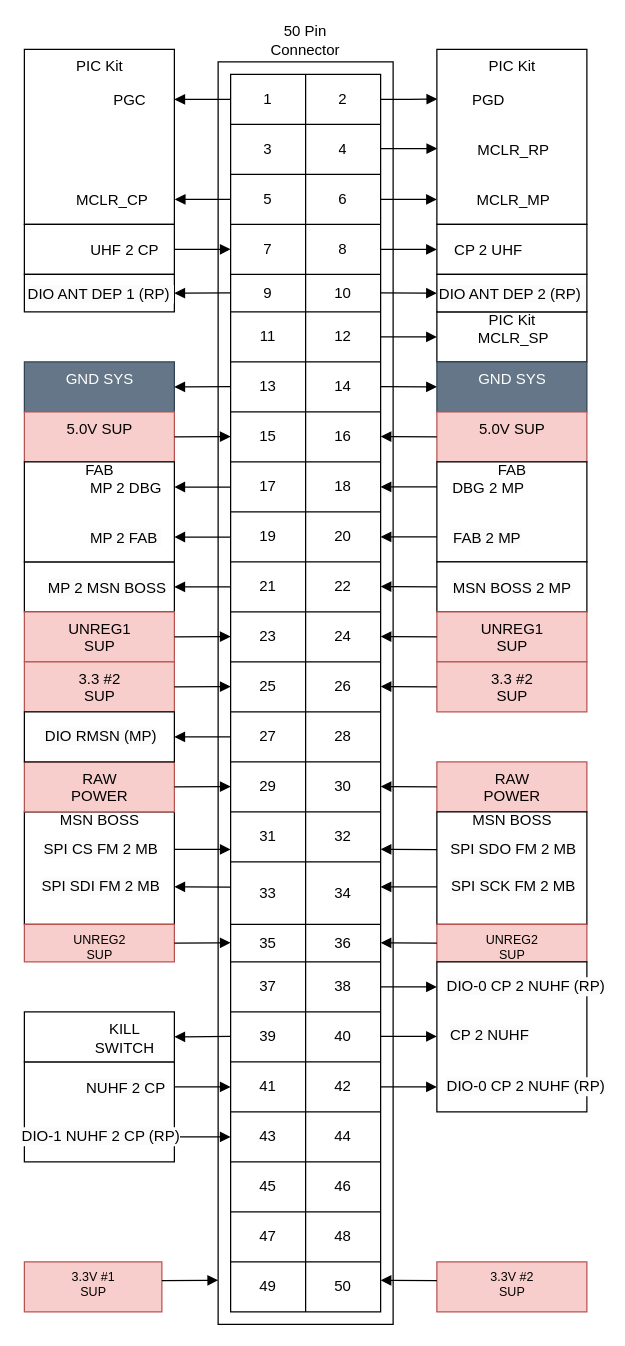
Earlier version of the draw.io diagram page "2-ROW-50-PIN-ASSIGNMENT" (1 of 2) of Diagrams/50_pin_assignment.drawio (BIRDSOpenSource/BIRDSRP-OBC). Source tidied: cells renumbered, new cells numbered last; positions are measured from the earlier drawing's top-left corner, leaving out a move shared by most shapes. Both pictures are drawn from the tidied source at 125%, with x=0, y=0 at pixel (24, 49).
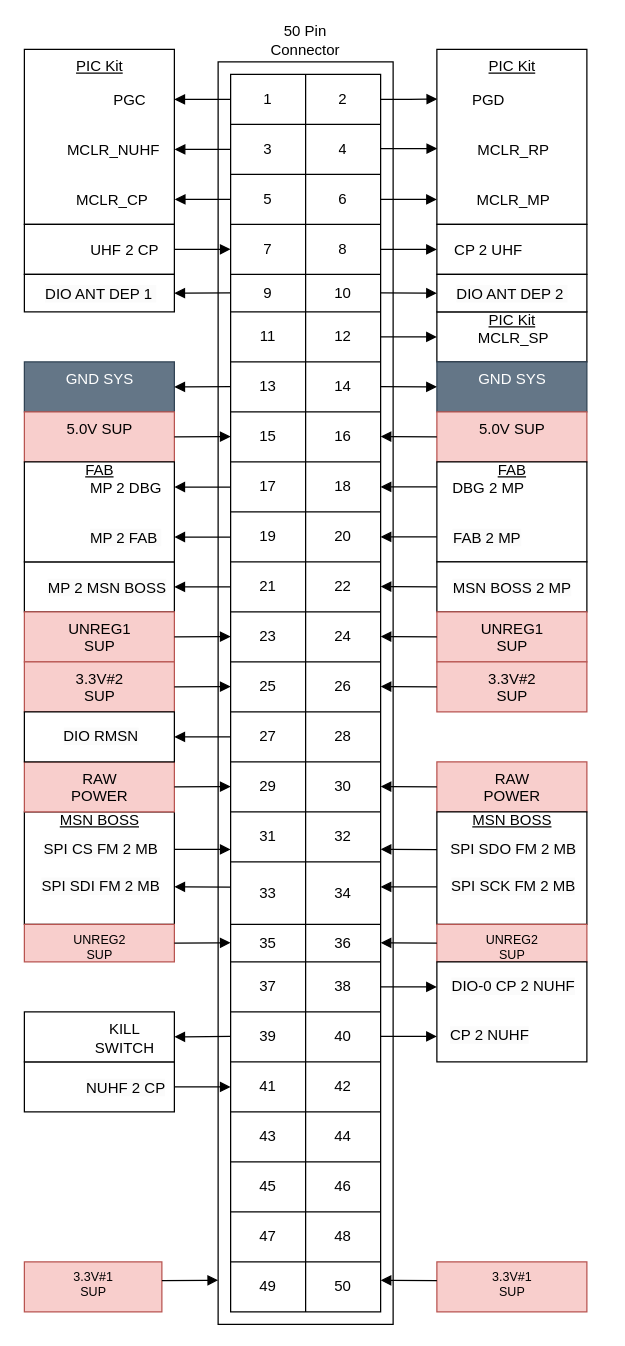
After the change.

The change refers to these unchanged cells:
```xml
<mxCell id="13" style="shape=tableRow;horizontal=0;startSize=0;swimlaneHead=0;swimlaneBody=0;strokeColor=inherit;top=0;left=0;bottom=0;right=0;fillColor=none;points=[[0,0.5],[1,0.5]];portConstraint=eastwest;" parent="9" vertex="1">
  <mxGeometry y="40" width="120" height="40" as="geometry" />
</mxCell>
<mxCell id="139" style="html=1;verticalAlign=bottom;endArrow=block;edgeStyle=elbowEdgeStyle;elbow=vertical;curved=0;rounded=0;exitX=-0.003;exitY=0.101;exitDx=0;exitDy=0;exitPerimeter=0;entryX=1.003;entryY=0.856;entryDx=0;entryDy=0;entryPerimeter=0;" parent="1" edge="1">
  <mxGeometry relative="1" as="geometry">
    <mxPoint x="165" y="194.8" as="sourcePoint" />
    <mxPoint x="120" y="194.8" as="targetPoint" />
  </mxGeometry>
</mxCell>
<mxCell id="141" style="html=1;verticalAlign=bottom;endArrow=block;edgeStyle=elbowEdgeStyle;elbow=vertical;curved=0;rounded=0;exitX=0;exitY=0.5;exitDx=0;exitDy=0;" parent="1" edge="1">
  <mxGeometry relative="1" as="geometry">
    <mxPoint x="285" y="194.8" as="sourcePoint" />
    <mxPoint x="330" y="194.8" as="targetPoint" />
  </mxGeometry>
</mxCell>
<mxCell id="159" style="html=1;verticalAlign=bottom;endArrow=block;edgeStyle=elbowEdgeStyle;elbow=vertical;curved=0;rounded=0;exitX=-0.003;exitY=0.101;exitDx=0;exitDy=0;exitPerimeter=0;entryX=1.003;entryY=0.856;entryDx=0;entryDy=0;entryPerimeter=0;startArrow=none;startFill=0;endFill=1;" parent="1" edge="1">
  <mxGeometry relative="1" as="geometry">
    <mxPoint x="165" y="549.9" as="sourcePoint" />
    <mxPoint x="120" y="549.9" as="targetPoint" />
  </mxGeometry>
</mxCell>
<mxCell id="184" style="html=1;verticalAlign=bottom;endArrow=block;edgeStyle=elbowEdgeStyle;elbow=horizontal;curved=0;rounded=0;exitX=0;exitY=0.5;exitDx=0;exitDy=0;" parent="1" edge="1">
  <mxGeometry relative="1" as="geometry">
    <mxPoint x="285" y="750" as="sourcePoint" />
    <mxPoint x="330" y="750" as="targetPoint" />
  </mxGeometry>
</mxCell>
```

Change to the diagram source:
```diff
@@
-    <mxCell id="2" value="PIC Kit" style="html=1;points=[];perimeter=orthogonalPerimeter;outlineConnect=0;targetShapes=umlLifeline;portConstraint=eastwest;newEdgeStyle={&quot;edgeStyle&quot;:&quot;elbowEdgeStyle&quot;,&quot;elbow&quot;:&quot;vertical&quot;,&quot;curved&quot;:0,&quot;rounded&quot;:0};verticalAlign=top;" parent="1" vertex="1">
+    <mxCell id="2" value="&lt;u&gt;PIC Kit&lt;/u&gt;" style="html=1;points=[];perimeter=orthogonalPerimeter;outlineConnect=0;targetShapes=umlLifeline;portConstraint=eastwest;newEdgeStyle={&quot;edgeStyle&quot;:&quot;elbowEdgeStyle&quot;,&quot;elbow&quot;:&quot;vertical&quot;,&quot;curved&quot;:0,&quot;rounded&quot;:0};verticalAlign=top;" parent="1" vertex="1">
       <mxGeometry width="120" height="140" as="geometry" />
     </mxCell>
@@
-    <mxCell id="4" value="PIC Kit" style="html=1;points=[];perimeter=orthogonalPerimeter;outlineConnect=0;targetShapes=umlLifeline;portConstraint=eastwest;newEdgeStyle={&quot;edgeStyle&quot;:&quot;elbowEdgeStyle&quot;,&quot;elbow&quot;:&quot;vertical&quot;,&quot;curved&quot;:0,&quot;rounded&quot;:0};labelPosition=center;verticalLabelPosition=middle;align=center;verticalAlign=top;" parent="1" vertex="1">
+    <mxCell id="4" value="&lt;u&gt;PIC Kit&lt;/u&gt;" style="html=1;points=[];perimeter=orthogonalPerimeter;outlineConnect=0;targetShapes=umlLifeline;portConstraint=eastwest;newEdgeStyle={&quot;edgeStyle&quot;:&quot;elbowEdgeStyle&quot;,&quot;elbow&quot;:&quot;vertical&quot;,&quot;curved&quot;:0,&quot;rounded&quot;:0};labelPosition=center;verticalLabelPosition=middle;align=center;verticalAlign=top;" parent="1" vertex="1">
       <mxGeometry x="330" width="120" height="140" as="geometry" />
     </mxCell>
@@
-    <mxCell id="90" value="PIC Kit" style="html=1;perimeter=orthogonalPerimeter;targetShapes=umlLifeline;newEdgeStyle={&quot;edgeStyle&quot;:&quot;elbowEdgeStyle&quot;,&quot;elbow&quot;:&quot;vertical&quot;,&quot;curved&quot;:0,&quot;rounded&quot;:0};labelPosition=center;verticalLabelPosition=middle;align=center;verticalAlign=top;spacing=-5;" parent="1" vertex="1">
+    <mxCell id="90" value="&lt;u&gt;PIC Kit&lt;/u&gt;" style="html=1;perimeter=orthogonalPerimeter;targetShapes=umlLifeline;newEdgeStyle={&quot;edgeStyle&quot;:&quot;elbowEdgeStyle&quot;,&quot;elbow&quot;:&quot;vertical&quot;,&quot;curved&quot;:0,&quot;rounded&quot;:0};labelPosition=center;verticalLabelPosition=middle;align=center;verticalAlign=top;spacing=-5;" parent="1" vertex="1">
       <mxGeometry x="330" y="210" width="120" height="40" as="geometry" />
     </mxCell>
@@
     <mxCell id="92" style="html=1;perimeter=orthogonalPerimeter;targetShapes=umlLifeline;newEdgeStyle={&quot;edgeStyle&quot;:&quot;elbowEdgeStyle&quot;,&quot;elbow&quot;:&quot;vertical&quot;,&quot;curved&quot;:0,&quot;rounded&quot;:0};verticalAlign=top;" parent="1" vertex="1">
-      <mxGeometry y="810" width="120" height="80" as="geometry" />
+      <mxGeometry y="810" width="120" height="40" as="geometry" />
     </mxCell>
-    <mxCell id="93" value="MSN BOSS" style="html=1;perimeter=orthogonalPerimeter;targetShapes=umlLifeline;newEdgeStyle={&quot;edgeStyle&quot;:&quot;elbowEdgeStyle&quot;,&quot;elbow&quot;:&quot;vertical&quot;,&quot;curved&quot;:0,&quot;rounded&quot;:0};verticalAlign=top;spacing=-5;" parent="1" vertex="1">
+    <mxCell id="93" value="&lt;u&gt;MSN BOSS&lt;/u&gt;" style="html=1;perimeter=orthogonalPerimeter;targetShapes=umlLifeline;newEdgeStyle={&quot;edgeStyle&quot;:&quot;elbowEdgeStyle&quot;,&quot;elbow&quot;:&quot;vertical&quot;,&quot;curved&quot;:0,&quot;rounded&quot;:0};verticalAlign=top;spacing=-5;" parent="1" vertex="1">
       <mxGeometry y="610" width="120" height="90" as="geometry" />
     </mxCell>
@@
-    <mxCell id="109" value="FAB" style="html=1;perimeter=orthogonalPerimeter;targetShapes=umlLifeline;newEdgeStyle={&quot;edgeStyle&quot;:&quot;elbowEdgeStyle&quot;,&quot;elbow&quot;:&quot;vertical&quot;,&quot;curved&quot;:0,&quot;rounded&quot;:0};verticalAlign=top;spacing=-5;" parent="1" vertex="1">
+    <mxCell id="109" value="&lt;u&gt;FAB&lt;/u&gt;" style="html=1;perimeter=orthogonalPerimeter;targetShapes=umlLifeline;newEdgeStyle={&quot;edgeStyle&quot;:&quot;elbowEdgeStyle&quot;,&quot;elbow&quot;:&quot;vertical&quot;,&quot;curved&quot;:0,&quot;rounded&quot;:0};verticalAlign=top;spacing=-5;" parent="1" vertex="1">
       <mxGeometry x="330" y="330" width="120" height="80" as="geometry" />
     </mxCell>
-    <mxCell id="110" value="FAB" style="html=1;perimeter=orthogonalPerimeter;targetShapes=umlLifeline;newEdgeStyle={&quot;edgeStyle&quot;:&quot;elbowEdgeStyle&quot;,&quot;elbow&quot;:&quot;vertical&quot;,&quot;curved&quot;:0,&quot;rounded&quot;:0};verticalAlign=top;spacing=-5;" parent="1" vertex="1">
+    <mxCell id="110" value="&lt;u&gt;FAB&lt;/u&gt;" style="html=1;perimeter=orthogonalPerimeter;targetShapes=umlLifeline;newEdgeStyle={&quot;edgeStyle&quot;:&quot;elbowEdgeStyle&quot;,&quot;elbow&quot;:&quot;vertical&quot;,&quot;curved&quot;:0,&quot;rounded&quot;:0};verticalAlign=top;spacing=-5;" parent="1" vertex="1">
       <mxGeometry y="330" width="120" height="80" as="geometry" />
     </mxCell>
@@
-    <mxCell id="114" value="3.3 #2&lt;div&gt;SUP&lt;/div&gt;" style="html=1;perimeter=orthogonalPerimeter;targetShapes=umlLifeline;newEdgeStyle={&quot;edgeStyle&quot;:&quot;elbowEdgeStyle&quot;,&quot;elbow&quot;:&quot;vertical&quot;,&quot;curved&quot;:0,&quot;rounded&quot;:0};labelPosition=center;verticalLabelPosition=middle;align=center;verticalAlign=top;fillColor=#f8cecc;strokeColor=#b85450;" parent="1" vertex="1">
+    <mxCell id="114" value="3.3V#2&lt;div&gt;SUP&lt;/div&gt;" style="html=1;perimeter=orthogonalPerimeter;targetShapes=umlLifeline;newEdgeStyle={&quot;edgeStyle&quot;:&quot;elbowEdgeStyle&quot;,&quot;elbow&quot;:&quot;vertical&quot;,&quot;curved&quot;:0,&quot;rounded&quot;:0};labelPosition=center;verticalLabelPosition=middle;align=center;verticalAlign=top;fillColor=#f8cecc;strokeColor=#b85450;" parent="1" vertex="1">
       <mxGeometry y="490" width="120" height="40" as="geometry" />
     </mxCell>
-    <mxCell id="115" value="3.3 #2&lt;div&gt;SUP&lt;/div&gt;" style="html=1;perimeter=orthogonalPerimeter;targetShapes=umlLifeline;newEdgeStyle={&quot;edgeStyle&quot;:&quot;elbowEdgeStyle&quot;,&quot;elbow&quot;:&quot;vertical&quot;,&quot;curved&quot;:0,&quot;rounded&quot;:0};labelPosition=center;verticalLabelPosition=middle;align=center;verticalAlign=top;fillColor=#f8cecc;strokeColor=#b85450;" parent="1" vertex="1">
+    <mxCell id="115" value="3.3V#2&lt;div&gt;SUP&lt;/div&gt;" style="html=1;perimeter=orthogonalPerimeter;targetShapes=umlLifeline;newEdgeStyle={&quot;edgeStyle&quot;:&quot;elbowEdgeStyle&quot;,&quot;elbow&quot;:&quot;vertical&quot;,&quot;curved&quot;:0,&quot;rounded&quot;:0};labelPosition=center;verticalLabelPosition=middle;align=center;verticalAlign=top;fillColor=#f8cecc;strokeColor=#b85450;" parent="1" vertex="1">
       <mxGeometry x="330" y="490" width="120" height="40" as="geometry" />
     </mxCell>
@@
-    <mxCell id="118" value="MSN BOSS" style="html=1;perimeter=orthogonalPerimeter;targetShapes=umlLifeline;newEdgeStyle={&quot;edgeStyle&quot;:&quot;elbowEdgeStyle&quot;,&quot;elbow&quot;:&quot;vertical&quot;,&quot;curved&quot;:0,&quot;rounded&quot;:0};verticalAlign=top;spacing=-5;" parent="1" vertex="1">
+    <mxCell id="118" value="&lt;u&gt;MSN BOSS&lt;/u&gt;" style="html=1;perimeter=orthogonalPerimeter;targetShapes=umlLifeline;newEdgeStyle={&quot;edgeStyle&quot;:&quot;elbowEdgeStyle&quot;,&quot;elbow&quot;:&quot;vertical&quot;,&quot;curved&quot;:0,&quot;rounded&quot;:0};verticalAlign=top;spacing=-5;" parent="1" vertex="1">
       <mxGeometry x="330" y="610" width="120" height="90" as="geometry" />
     </mxCell>
@@
-    <mxCell id="140" value="&lt;span style=&quot;font-size: 12px; background-color: rgb(251, 251, 251);&quot;&gt;DIO ANT DEP 1 (RP)&amp;nbsp;&lt;/span&gt;" style="edgeLabel;html=1;align=center;verticalAlign=middle;" parent="139" vertex="1">
+    <mxCell id="140" value="&lt;span style=&quot;font-size: 12px; background-color: rgb(251, 251, 251);&quot;&gt;DIO ANT DEP 1&amp;nbsp;&lt;/span&gt;" style="edgeLabel;html=1;align=center;verticalAlign=middle;" parent="139" vertex="1">
       <mxGeometry x="0.25" y="1" relative="1" as="geometry">
         <mxPoint x="-77" y="-1" as="offset" />
       </mxGeometry>
     </mxCell>
@@
-    <mxCell id="142" value="&lt;span style=&quot;font-size: 12px; background-color: rgb(251, 251, 251);&quot;&gt;DIO ANT DEP 2 (RP)&amp;nbsp;&lt;/span&gt;" style="edgeLabel;html=1;align=center;verticalAlign=middle;" parent="141" vertex="1">
+    <mxCell id="142" value="&lt;span style=&quot;font-size: 12px; background-color: rgb(251, 251, 251);&quot;&gt;DIO ANT DEP 2&amp;nbsp;&lt;/span&gt;" style="edgeLabel;html=1;align=center;verticalAlign=middle;" parent="141" vertex="1">
       <mxGeometry x="0.23" y="1" relative="1" as="geometry">
         <mxPoint x="77" y="1" as="offset" />
       </mxGeometry>
     </mxCell>
@@
     <mxCell id="152" style="html=1;perimeter=orthogonalPerimeter;targetShapes=umlLifeline;newEdgeStyle={&quot;edgeStyle&quot;:&quot;elbowEdgeStyle&quot;,&quot;elbow&quot;:&quot;vertical&quot;,&quot;curved&quot;:0,&quot;rounded&quot;:0};verticalAlign=top;" parent="1" vertex="1">
-      <mxGeometry x="330" y="730" width="120" height="120" as="geometry" />
+      <mxGeometry x="330" y="730" width="120" height="80" as="geometry" />
     </mxCell>
@@
-    <mxCell id="161" value="&lt;span style=&quot;font-size: 12px; background-color: rgb(251, 251, 251);&quot;&gt;DIO RMSN (MP)&lt;/span&gt;" style="edgeLabel;html=1;align=center;verticalAlign=middle;" parent="159" vertex="1">
+    <mxCell id="161" value="&lt;span style=&quot;font-size: 12px; background-color: rgb(251, 251, 251);&quot;&gt;DIO RMSN&lt;/span&gt;" style="edgeLabel;html=1;align=center;verticalAlign=middle;" parent="159" vertex="1">
       <mxGeometry x="0.49" y="-1" relative="1" as="geometry">
         <mxPoint x="-71" as="offset" />
       </mxGeometry>
     </mxCell>
@@
-    <mxCell id="174" style="html=1;verticalAlign=bottom;endArrow=block;edgeStyle=elbowEdgeStyle;elbow=horizontal;curved=0;rounded=0;exitX=0;exitY=0.5;exitDx=0;exitDy=0;" parent="1" edge="1">
-      <mxGeometry relative="1" as="geometry">
-        <mxPoint x="285" y="830" as="sourcePoint" />
-        <mxPoint x="330" y="830" as="targetPoint" />
-      </mxGeometry>
-    </mxCell>
-    <mxCell id="175" style="edgeLabel;html=1;align=center;verticalAlign=middle;" parent="174" vertex="1">
-      <mxGeometry x="0.28" relative="1" as="geometry" />
-    </mxCell>
-    <mxCell id="176" value="&lt;span style=&quot;font-size: 12px; background-color: rgb(251, 251, 251);&quot;&gt;DIO-0 CP 2 NUHF (RP)&lt;/span&gt;" style="edgeLabel;html=1;align=center;verticalAlign=middle;" parent="174" vertex="1">
-      <mxGeometry x="0.28" y="1" relative="1" as="geometry">
-        <mxPoint x="86" as="offset" />
-      </mxGeometry>
-    </mxCell>
-    <mxCell id="177" style="html=1;verticalAlign=bottom;endArrow=block;edgeStyle=elbowEdgeStyle;elbow=horizontal;curved=0;rounded=0;exitX=0;exitY=0.5;exitDx=0;exitDy=0;" parent="1" edge="1">
-      <mxGeometry relative="1" as="geometry">
-        <mxPoint x="120" y="870" as="sourcePoint" />
-        <mxPoint x="165" y="870" as="targetPoint" />
-      </mxGeometry>
-    </mxCell>
-    <mxCell id="178" style="edgeLabel;html=1;align=center;verticalAlign=middle;" parent="177" vertex="1">
-      <mxGeometry x="0.28" relative="1" as="geometry" />
-    </mxCell>
-    <mxCell id="179" value="&lt;span style=&quot;font-size: 12px; background-color: rgb(251, 251, 251);&quot;&gt;DIO-1 NUHF 2 CP (RP)&lt;/span&gt;" style="edgeLabel;html=1;align=center;verticalAlign=middle;" parent="177" vertex="1">
-      <mxGeometry x="0.28" y="1" relative="1" as="geometry">
-        <mxPoint x="-89" as="offset" />
-      </mxGeometry>
-    </mxCell>
-    <mxCell id="180" value="3.3V #1&lt;div style=&quot;font-size: 10px;&quot;&gt;SUP&lt;/div&gt;" style="html=1;perimeter=orthogonalPerimeter;targetShapes=umlLifeline;newEdgeStyle={&quot;edgeStyle&quot;:&quot;elbowEdgeStyle&quot;,&quot;elbow&quot;:&quot;vertical&quot;,&quot;curved&quot;:0,&quot;rounded&quot;:0};labelPosition=center;verticalLabelPosition=middle;align=center;verticalAlign=top;fillColor=#f8cecc;strokeColor=#b85450;fontSize=10;" parent="1" vertex="1">
+    <mxCell id="180" value="3.3V#1&lt;div style=&quot;font-size: 10px;&quot;&gt;SUP&lt;/div&gt;" style="html=1;perimeter=orthogonalPerimeter;targetShapes=umlLifeline;newEdgeStyle={&quot;edgeStyle&quot;:&quot;elbowEdgeStyle&quot;,&quot;elbow&quot;:&quot;vertical&quot;,&quot;curved&quot;:0,&quot;rounded&quot;:0};labelPosition=center;verticalLabelPosition=middle;align=center;verticalAlign=top;fillColor=#f8cecc;strokeColor=#b85450;fontSize=10;" parent="1" vertex="1">
       <mxGeometry y="970" width="110" height="40" as="geometry" />
     </mxCell>
@@
-    <mxCell id="182" value="3.3V #2&lt;div style=&quot;font-size: 10px;&quot;&gt;SUP&lt;/div&gt;" style="html=1;perimeter=orthogonalPerimeter;targetShapes=umlLifeline;newEdgeStyle={&quot;edgeStyle&quot;:&quot;elbowEdgeStyle&quot;,&quot;elbow&quot;:&quot;vertical&quot;,&quot;curved&quot;:0,&quot;rounded&quot;:0};labelPosition=center;verticalLabelPosition=middle;align=center;verticalAlign=top;fillColor=#f8cecc;strokeColor=#b85450;fontSize=10;" parent="1" vertex="1">
+    <mxCell id="182" value="3.3V#1&lt;div style=&quot;font-size: 10px;&quot;&gt;SUP&lt;/div&gt;" style="html=1;perimeter=orthogonalPerimeter;targetShapes=umlLifeline;newEdgeStyle={&quot;edgeStyle&quot;:&quot;elbowEdgeStyle&quot;,&quot;elbow&quot;:&quot;vertical&quot;,&quot;curved&quot;:0,&quot;rounded&quot;:0};labelPosition=center;verticalLabelPosition=middle;align=center;verticalAlign=top;fillColor=#f8cecc;strokeColor=#b85450;fontSize=10;" parent="1" vertex="1">
       <mxGeometry x="330" y="970" width="120" height="40" as="geometry" />
     </mxCell>
@@
-    <mxCell id="186" value="&lt;span style=&quot;font-size: 12px; background-color: rgb(251, 251, 251);&quot;&gt;DIO-0 CP 2 NUHF (RP)&lt;/span&gt;" style="edgeLabel;html=1;align=center;verticalAlign=middle;" parent="184" vertex="1">
+    <mxCell id="186" value="&lt;span style=&quot;font-size: 12px; background-color: rgb(251, 251, 251);&quot;&gt;DIO-0 CP 2 NUHF&lt;/span&gt;" style="edgeLabel;html=1;align=center;verticalAlign=middle;" parent="184" vertex="1">
       <mxGeometry x="0.28" y="1" relative="1" as="geometry">
-        <mxPoint x="86" as="offset" />
+        <mxPoint x="76" as="offset" />
       </mxGeometry>
     </mxCell>
+    <mxCell id="187" style="html=1;verticalAlign=bottom;endArrow=block;edgeStyle=elbowEdgeStyle;elbow=vertical;curved=0;rounded=0;exitX=0;exitY=0.5;exitDx=0;exitDy=0;entryX=1.002;entryY=0.571;entryDx=0;entryDy=0;entryPerimeter=0;" parent="1" edge="1" source="13" target="2">
+      <mxGeometry relative="1" as="geometry" />
+    </mxCell>
+    <mxCell id="188" value="MCLR_NUHF" style="edgeLabel;html=1;align=center;verticalAlign=middle;fontSize=12;" parent="187" vertex="1">
+      <mxGeometry x="-0.31" y="1" relative="1" as="geometry">
+        <mxPoint x="-80" y="-1" as="offset" />
+      </mxGeometry>
+    </mxCell>
```
